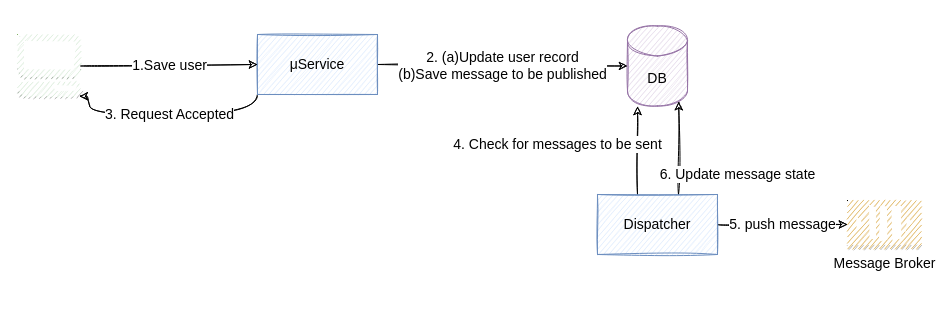
This is page "Outbox Pattern" (5 of 7) of assets/diagrams/outbox.drawio from pkritiotis/pkritiotis.github.io, a draw.io file, before an edit. Source tidied: cells renumbered, new cells numbered last; positions are measured from the earlier drawing's top-left corner, leaving out a move shared by most shapes. Both pictures are drawn from the tidied source at 100%, with x=0, y=0 at pixel (17, 26).
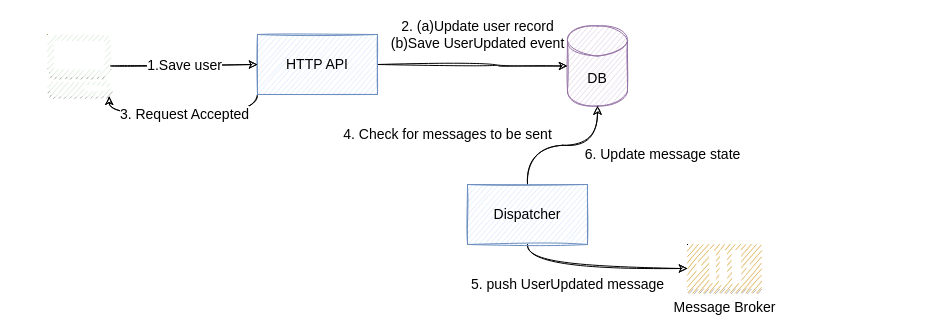
The same page after the edit.

What changed in the source:
```diff
@@
 <mxGraphModel>
   <root>
     <mxCell id="0" />
     <mxCell id="1" parent="0" />
-    <mxCell id="2" value="2. (a)Update user record&lt;br&gt;(b)Save message to be published" style="edgeStyle=orthogonalEdgeStyle;jettySize=auto;html=1;curved=1;sketch=1;fontFamily=Kalam;fontSize=14;" parent="1" edge="1" source="4" target="5">
-      <mxGeometry relative="1" as="geometry" />
+    <mxCell id="2" value="2. (a)Update user record&lt;br&gt;(b)Save UserUpdated event" style="edgeStyle=orthogonalEdgeStyle;jettySize=auto;html=1;curved=1;sketch=1;fontFamily=Kalam;fontSize=14;entryX=0;entryY=0.5;entryDx=0;entryDy=0;entryPerimeter=0;" parent="1" edge="1" source="4" target="5">
+      <mxGeometry x="0.04" y="30" relative="1" as="geometry">
+        <Array as="points">
+          <mxPoint x="480" y="38" />
+          <mxPoint x="480" y="40" />
+        </Array>
+      </mxGeometry>
     </mxCell>
     <mxCell id="3" value="3. Request Accepted" style="edgeStyle=orthogonalEdgeStyle;curved=1;sketch=1;jettySize=auto;html=1;entryX=0.98;entryY=0.98;entryDx=0;entryDy=0;entryPerimeter=0;fontFamily=Kalam;fontSize=14;exitX=0;exitY=1;exitDx=0;exitDy=0;fillColor=#d5e8d4;strokeColor=#000000;fontColor=#000000;" parent="1" edge="1" source="4" target="8">
       <mxGeometry relative="1" as="geometry">
         <Array as="points">
           <mxPoint x="240" y="88" />
-          <mxPoint x="72" y="88" />
+          <mxPoint x="92" y="88" />
         </Array>
       </mxGeometry>
     </mxCell>
-    <mxCell id="4" value="μService" style="rounded=0;whiteSpace=wrap;html=1;sketch=1;fillColor=#dae8fc;strokeColor=#6c8ebf;fontFamily=Kalam;fontSize=14;" parent="1" vertex="1">
+    <mxCell id="4" value="HTTP API" style="rounded=0;whiteSpace=wrap;html=1;sketch=1;fillColor=#dae8fc;strokeColor=#6c8ebf;fontFamily=Kalam;fontSize=14;" parent="1" vertex="1">
       <mxGeometry x="240" y="8" width="120" height="60" as="geometry" />
     </mxCell>
     <mxCell id="5" value="DB" style="shape=cylinder3;whiteSpace=wrap;html=1;boundedLbl=1;backgroundOutline=1;size=15;sketch=1;fillColor=#e1d5e7;strokeColor=#9673a6;fontFamily=Kalam;fontSize=14;" parent="1" vertex="1">
-      <mxGeometry x="610" y="-0.5" width="60" height="80" as="geometry" />
+      <mxGeometry x="550" y="-0.5" width="60" height="80" as="geometry" />
     </mxCell>
     <mxCell id="6" value="1.Save user" style="endArrow=classic;html=1;entryX=0;entryY=0.5;entryDx=0;entryDy=0;curved=1;sketch=1;fontFamily=Kalam;fontSize=14;exitX=1;exitY=0.5;exitDx=0;exitDy=0;exitPerimeter=0;" parent="1" edge="1" source="8" target="4">
       <mxGeometry relative="1" as="geometry" />
     </mxCell>
     <mxCell id="7" value="Message Broker" style="outlineConnect=0;dashed=0;verticalLabelPosition=bottom;verticalAlign=top;align=center;html=1;shape=mxgraph.aws3.queue;fillColor=#D9A741;gradientColor=none;sketch=1;fontFamily=Kalam;fontSize=14;" parent="1" vertex="1">
-      <mxGeometry x="830" y="174" width="73.5" height="48" as="geometry" />
+      <mxGeometry x="670" y="218" width="73.5" height="48" as="geometry" />
     </mxCell>
     <mxCell id="8" style="outlineConnect=0;dashed=0;verticalLabelPosition=bottom;verticalAlign=top;align=center;html=1;shape=mxgraph.aws3.management_console;fillColor=#d5e8d4;fontFamily=Kalam;fontSize=14;sketch=1;strokeColor=#82b366;" parent="1" vertex="1">
-      <mxGeometry y="8" width="63" height="63" as="geometry" />
+      <mxGeometry x="30" y="8" width="63" height="63" as="geometry" />
     </mxCell>
-    <mxCell id="9" value="4. Check for messages to be sent" style="edgeStyle=orthogonalEdgeStyle;curved=1;sketch=1;jettySize=auto;html=1;fontFamily=Kalam;fontSize=14;fontColor=#000000;strokeColor=#000000;" parent="1" edge="1" source="12">
-      <mxGeometry x="0.14" y="80" relative="1" as="geometry">
-        <mxPoint x="620" y="80" as="targetPoint" />
-        <Array as="points">
-          <mxPoint x="620" y="108" />
-          <mxPoint x="620" y="108" />
-        </Array>
+    <mxCell id="9" value="4. Check for messages to be sent" style="edgeStyle=orthogonalEdgeStyle;curved=1;sketch=1;jettySize=auto;html=1;fontFamily=Kalam;fontSize=14;fontColor=#000000;strokeColor=#000000;entryX=0.5;entryY=1;entryDx=0;entryDy=0;entryPerimeter=0;exitX=0.5;exitY=0;exitDx=0;exitDy=0;" parent="1" edge="1" source="12" target="5">
+      <mxGeometry x="-0.47" y="81" relative="1" as="geometry">
+        <mxPoint x="-80" y="70" as="offset" />
       </mxGeometry>
     </mxCell>
-    <mxCell id="10" value="5. push message" style="edgeStyle=orthogonalEdgeStyle;curved=1;sketch=1;jettySize=auto;html=1;entryX=0;entryY=0.5;entryDx=0;entryDy=0;entryPerimeter=0;fontFamily=Kalam;fontSize=14;fontColor=#000000;strokeColor=#000000;" parent="1" edge="1" source="12" target="7">
-      <mxGeometry relative="1" as="geometry" />
+    <mxCell id="10" value="5. push UserUpdated message" style="edgeStyle=orthogonalEdgeStyle;curved=1;sketch=1;jettySize=auto;html=1;entryX=0;entryY=0.5;entryDx=0;entryDy=0;entryPerimeter=0;fontFamily=Kalam;fontSize=14;fontColor=#000000;strokeColor=#000000;exitX=0.5;exitY=1;exitDx=0;exitDy=0;" parent="1" edge="1" source="12" target="7">
+      <mxGeometry x="-0.3" y="-16" relative="1" as="geometry" />
     </mxCell>
+    <mxCell id="12" value="Dispatcher" style="rounded=0;whiteSpace=wrap;html=1;sketch=1;fontFamily=Kalam;fontSize=14;fillColor=#dae8fc;strokeColor=#6c8ebf;" parent="1" vertex="1">
+      <mxGeometry x="450" y="158" width="120" height="60" as="geometry" />
+    </mxCell>
-    <mxCell id="11" value="6. Update message state" style="edgeStyle=orthogonalEdgeStyle;curved=1;sketch=1;jettySize=auto;html=1;entryX=0.855;entryY=1;entryDx=0;entryDy=-4.35;entryPerimeter=0;fontFamily=Kalam;fontSize=14;fontColor=#000000;strokeColor=#000000;" parent="1" edge="1" source="12" target="5">
-      <mxGeometry x="-0.56" y="-59" relative="1" as="geometry">
-        <Array as="points">
-          <mxPoint x="661" y="148" />
-          <mxPoint x="661" y="148" />
-        </Array>
-      </mxGeometry>
+    <mxCell id="11" value="6. Update message state" style="text;html=1;align=center;verticalAlign=middle;strokeColor=none;fillColor=none;rounded=1;fontFamily=Kalam;fontSize=14;fontColor=#000000;labelBackgroundColor=rgba(255, 255, 255, 1);endArrow=classic;sketch=1;" parent="1" vertex="1">
+      <mxGeometry x="570" y="118" width="150" height="20" as="geometry" />
     </mxCell>
-    <mxCell id="12" value="Dispatcher" style="rounded=0;whiteSpace=wrap;html=1;sketch=1;fontFamily=Kalam;fontSize=14;fillColor=#dae8fc;strokeColor=#6c8ebf;" parent="1" vertex="1">
-      <mxGeometry x="580" y="168" width="120" height="60" as="geometry" />
-    </mxCell>
   </root>
 </mxGraphModel>
```
